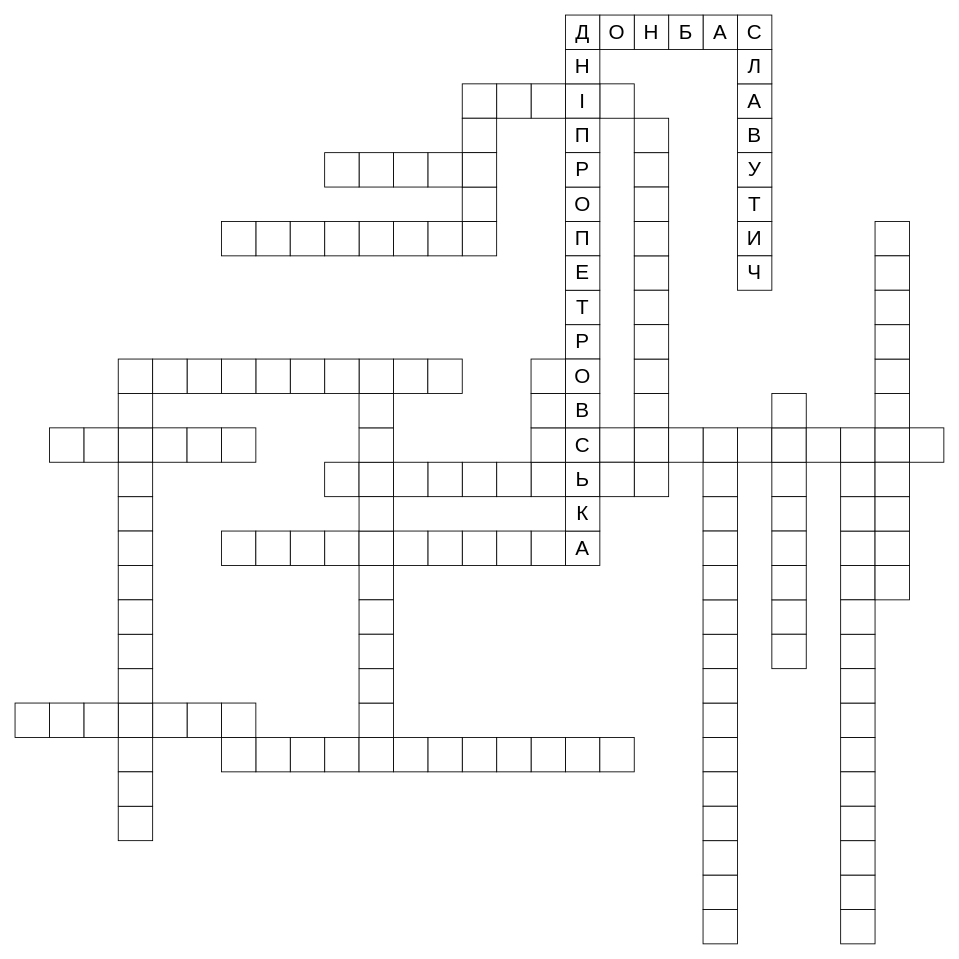
Before: Копія Crossword.drawio in GeorgeShvab/diagrams, a draw.io diagram. Source tidied: cells renumbered, new cells numbered last; positions are measured from the earlier drawing's top-left corner, leaving out a move shared by most shapes. Both pictures are drawn from the tidied source at 86%, with x=0, y=0 at pixel (15, 15).
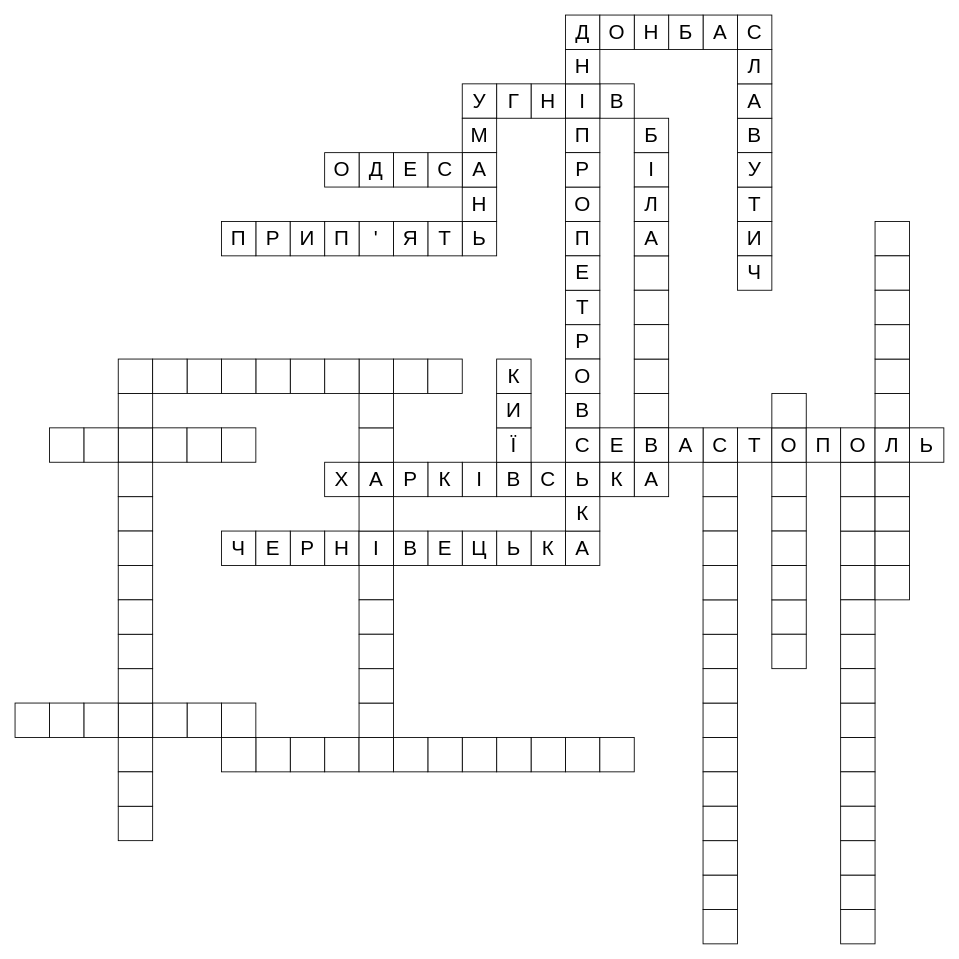
The same diagram, later.

The edit, as a diff of the source:
```diff
@@
-    <mxCell id="2" style="rounded=0;whiteSpace=wrap;html=1;fontSize=24;" parent="1" vertex="1">
+    <mxCell id="2" value="В" style="rounded=0;whiteSpace=wrap;html=1;fontSize=24;" parent="1" vertex="1">
       <mxGeometry x="680" y="80" width="40" height="40" as="geometry" />
     </mxCell>
@@
-    <mxCell id="4" style="rounded=0;whiteSpace=wrap;html=1;fontSize=24;" parent="1" vertex="1">
+    <mxCell id="4" value="Н" style="rounded=0;whiteSpace=wrap;html=1;fontSize=24;" parent="1" vertex="1">
       <mxGeometry x="600" y="80" width="40" height="40" as="geometry" />
     </mxCell>
-    <mxCell id="5" style="rounded=0;whiteSpace=wrap;html=1;fontSize=24;" parent="1" vertex="1">
+    <mxCell id="5" value="Г" style="rounded=0;whiteSpace=wrap;html=1;fontSize=24;" parent="1" vertex="1">
       <mxGeometry x="560" y="80" width="40" height="40" as="geometry" />
     </mxCell>
-    <mxCell id="6" style="rounded=0;whiteSpace=wrap;html=1;fontSize=24;" parent="1" vertex="1">
+    <mxCell id="6" value="У" style="rounded=0;whiteSpace=wrap;html=1;fontSize=24;" parent="1" vertex="1">
       <mxGeometry x="520" y="80" width="40" height="40" as="geometry" />
     </mxCell>
@@
-    <mxCell id="20" style="rounded=0;whiteSpace=wrap;html=1;fontSize=24;" parent="1" vertex="1">
+    <mxCell id="20" value="М" style="rounded=0;whiteSpace=wrap;html=1;fontSize=24;" parent="1" vertex="1">
       <mxGeometry x="520" y="120" width="40" height="40" as="geometry" />
     </mxCell>
-    <mxCell id="21" style="rounded=0;whiteSpace=wrap;html=1;fontSize=24;" parent="1" vertex="1">
+    <mxCell id="21" value="Ь" style="rounded=0;whiteSpace=wrap;html=1;fontSize=24;" parent="1" vertex="1">
       <mxGeometry x="520" y="240" width="40" height="40" as="geometry" />
     </mxCell>
-    <mxCell id="22" style="rounded=0;whiteSpace=wrap;html=1;fontSize=24;" parent="1" vertex="1">
+    <mxCell id="22" value="Н" style="rounded=0;whiteSpace=wrap;html=1;fontSize=24;" parent="1" vertex="1">
       <mxGeometry x="520" y="200" width="40" height="40" as="geometry" />
     </mxCell>
-    <mxCell id="23" style="rounded=0;whiteSpace=wrap;html=1;fontSize=24;" parent="1" vertex="1">
+    <mxCell id="23" value="А" style="rounded=0;whiteSpace=wrap;html=1;fontSize=24;" parent="1" vertex="1">
       <mxGeometry x="520" y="160" width="40" height="40" as="geometry" />
     </mxCell>
-    <mxCell id="24" style="rounded=0;whiteSpace=wrap;html=1;fontSize=24;" parent="1" vertex="1">
+    <mxCell id="24" value="Р" style="rounded=0;whiteSpace=wrap;html=1;fontSize=24;" parent="1" vertex="1">
       <mxGeometry x="280" y="240" width="40" height="40" as="geometry" />
     </mxCell>
-    <mxCell id="25" style="rounded=0;whiteSpace=wrap;html=1;fontSize=24;" parent="1" vertex="1">
+    <mxCell id="25" value="Т" style="rounded=0;whiteSpace=wrap;html=1;fontSize=24;" parent="1" vertex="1">
       <mxGeometry x="480" y="240" width="40" height="40" as="geometry" />
     </mxCell>
-    <mxCell id="26" style="rounded=0;whiteSpace=wrap;html=1;fontSize=24;" parent="1" vertex="1">
+    <mxCell id="26" value="Я" style="rounded=0;whiteSpace=wrap;html=1;fontSize=24;" parent="1" vertex="1">
       <mxGeometry x="440" y="240" width="40" height="40" as="geometry" />
     </mxCell>
-    <mxCell id="27" style="rounded=0;whiteSpace=wrap;html=1;fontSize=24;" parent="1" vertex="1">
+    <mxCell id="27" value="'" style="rounded=0;whiteSpace=wrap;html=1;fontSize=24;" parent="1" vertex="1">
       <mxGeometry x="400" y="240" width="40" height="40" as="geometry" />
     </mxCell>
-    <mxCell id="28" style="rounded=0;whiteSpace=wrap;html=1;fontSize=24;" parent="1" vertex="1">
+    <mxCell id="28" value="П" style="rounded=0;whiteSpace=wrap;html=1;fontSize=24;" parent="1" vertex="1">
       <mxGeometry x="360" y="240" width="40" height="40" as="geometry" />
     </mxCell>
-    <mxCell id="29" style="rounded=0;whiteSpace=wrap;html=1;fontSize=24;" parent="1" vertex="1">
+    <mxCell id="29" value="И" style="rounded=0;whiteSpace=wrap;html=1;fontSize=24;" parent="1" vertex="1">
       <mxGeometry x="320" y="240" width="40" height="40" as="geometry" />
     </mxCell>
-    <mxCell id="30" style="rounded=0;whiteSpace=wrap;html=1;fontSize=24;" parent="1" vertex="1">
+    <mxCell id="30" value="С" style="rounded=0;whiteSpace=wrap;html=1;fontSize=24;" parent="1" vertex="1">
       <mxGeometry x="480" y="160" width="40" height="40" as="geometry" />
     </mxCell>
-    <mxCell id="31" style="rounded=0;whiteSpace=wrap;html=1;fontSize=24;" parent="1" vertex="1">
+    <mxCell id="31" value="Е" style="rounded=0;whiteSpace=wrap;html=1;fontSize=24;" parent="1" vertex="1">
       <mxGeometry x="440" y="160" width="40" height="40" as="geometry" />
     </mxCell>
-    <mxCell id="32" style="rounded=0;whiteSpace=wrap;html=1;fontSize=24;" parent="1" vertex="1">
+    <mxCell id="32" value="Д" style="rounded=0;whiteSpace=wrap;html=1;fontSize=24;" parent="1" vertex="1">
       <mxGeometry x="400" y="160" width="40" height="40" as="geometry" />
     </mxCell>
-    <mxCell id="33" style="rounded=0;whiteSpace=wrap;html=1;fontSize=24;" parent="1" vertex="1">
+    <mxCell id="33" value="О" style="rounded=0;whiteSpace=wrap;html=1;fontSize=24;" parent="1" vertex="1">
       <mxGeometry x="360" y="160" width="40" height="40" as="geometry" />
     </mxCell>
-    <mxCell id="34" style="rounded=0;whiteSpace=wrap;html=1;fontSize=24;" parent="1" vertex="1">
+    <mxCell id="34" value="П" style="rounded=0;whiteSpace=wrap;html=1;fontSize=24;" parent="1" vertex="1">
       <mxGeometry x="240" y="240" width="40" height="40" as="geometry" />
     </mxCell>
@@
-    <mxCell id="48" style="rounded=0;whiteSpace=wrap;html=1;fontSize=24;" parent="1" vertex="1">
+    <mxCell id="48" value="І" style="rounded=0;whiteSpace=wrap;html=1;fontSize=24;" parent="1" vertex="1">
       <mxGeometry x="720" y="160" width="40" height="40" as="geometry" />
     </mxCell>
-    <mxCell id="49" style="rounded=0;whiteSpace=wrap;html=1;fontSize=24;" parent="1" vertex="1">
+    <mxCell id="49" value="Б" style="rounded=0;whiteSpace=wrap;html=1;fontSize=24;" parent="1" vertex="1">
       <mxGeometry x="720" y="120" width="40" height="40" as="geometry" />
     </mxCell>
@@
-    <mxCell id="51" style="rounded=0;whiteSpace=wrap;html=1;fontSize=24;" parent="1" vertex="1">
+    <mxCell id="51" value="А" style="rounded=0;whiteSpace=wrap;html=1;fontSize=24;" parent="1" vertex="1">
       <mxGeometry x="720" y="240" width="40" height="40" as="geometry" />
     </mxCell>
-    <mxCell id="52" style="rounded=0;whiteSpace=wrap;html=1;fontSize=24;" parent="1" vertex="1">
+    <mxCell id="52" value="Л" style="rounded=0;whiteSpace=wrap;html=1;fontSize=24;" parent="1" vertex="1">
       <mxGeometry x="720" y="200" width="40" height="40" as="geometry" />
     </mxCell>
@@
-    <mxCell id="57" style="rounded=0;whiteSpace=wrap;html=1;fontSize=24;" parent="1" vertex="1">
+    <mxCell id="57" value="А" style="rounded=0;whiteSpace=wrap;html=1;fontSize=24;" parent="1" vertex="1">
       <mxGeometry x="720" y="520" width="40" height="40" as="geometry" />
     </mxCell>
-    <mxCell id="58" style="rounded=0;whiteSpace=wrap;html=1;fontSize=24;" parent="1" vertex="1">
+    <mxCell id="58" value="В" style="rounded=0;whiteSpace=wrap;html=1;fontSize=24;" parent="1" vertex="1">
       <mxGeometry x="720" y="480" width="40" height="40" as="geometry" />
     </mxCell>
-    <mxCell id="59" style="rounded=0;whiteSpace=wrap;html=1;fontSize=24;" parent="1" vertex="1">
+    <mxCell id="59" value="К" style="rounded=0;whiteSpace=wrap;html=1;fontSize=24;" parent="1" vertex="1">
       <mxGeometry x="600" y="600" width="40" height="40" as="geometry" />
     </mxCell>
-    <mxCell id="60" style="rounded=0;whiteSpace=wrap;html=1;fontSize=24;" parent="1" vertex="1">
+    <mxCell id="60" value="Н" style="rounded=0;whiteSpace=wrap;html=1;fontSize=24;" parent="1" vertex="1">
       <mxGeometry x="360" y="600" width="40" height="40" as="geometry" />
     </mxCell>
-    <mxCell id="61" style="rounded=0;whiteSpace=wrap;html=1;fontSize=24;" parent="1" vertex="1">
+    <mxCell id="61" value="Ь" style="rounded=0;whiteSpace=wrap;html=1;fontSize=24;" parent="1" vertex="1">
       <mxGeometry x="560" y="600" width="40" height="40" as="geometry" />
     </mxCell>
-    <mxCell id="62" style="rounded=0;whiteSpace=wrap;html=1;fontSize=24;" parent="1" vertex="1">
+    <mxCell id="62" value="Ц" style="rounded=0;whiteSpace=wrap;html=1;fontSize=24;" parent="1" vertex="1">
       <mxGeometry x="520" y="600" width="40" height="40" as="geometry" />
     </mxCell>
-    <mxCell id="63" style="rounded=0;whiteSpace=wrap;html=1;fontSize=24;" parent="1" vertex="1">
+    <mxCell id="63" value="Е" style="rounded=0;whiteSpace=wrap;html=1;fontSize=24;" parent="1" vertex="1">
       <mxGeometry x="480" y="600" width="40" height="40" as="geometry" />
     </mxCell>
-    <mxCell id="64" style="rounded=0;whiteSpace=wrap;html=1;fontSize=24;" parent="1" vertex="1">
+    <mxCell id="64" value="В" style="rounded=0;whiteSpace=wrap;html=1;fontSize=24;" parent="1" vertex="1">
       <mxGeometry x="440" y="600" width="40" height="40" as="geometry" />
     </mxCell>
-    <mxCell id="65" style="rounded=0;whiteSpace=wrap;html=1;fontSize=24;" parent="1" vertex="1">
+    <mxCell id="65" value="І" style="rounded=0;whiteSpace=wrap;html=1;fontSize=24;" parent="1" vertex="1">
       <mxGeometry x="400" y="600" width="40" height="40" as="geometry" />
     </mxCell>
-    <mxCell id="66" style="rounded=0;whiteSpace=wrap;html=1;fontSize=24;" parent="1" vertex="1">
+    <mxCell id="66" value="С" style="rounded=0;whiteSpace=wrap;html=1;fontSize=24;" parent="1" vertex="1">
       <mxGeometry x="600" y="520" width="40" height="40" as="geometry" />
     </mxCell>
-    <mxCell id="67" style="rounded=0;whiteSpace=wrap;html=1;fontSize=24;" parent="1" vertex="1">
+    <mxCell id="67" value="Х" style="rounded=0;whiteSpace=wrap;html=1;fontSize=24;" parent="1" vertex="1">
       <mxGeometry x="360" y="520" width="40" height="40" as="geometry" />
     </mxCell>
-    <mxCell id="68" style="rounded=0;whiteSpace=wrap;html=1;fontSize=24;" parent="1" vertex="1">
+    <mxCell id="68" value="В" style="rounded=0;whiteSpace=wrap;html=1;fontSize=24;" parent="1" vertex="1">
       <mxGeometry x="560" y="520" width="40" height="40" as="geometry" />
     </mxCell>
-    <mxCell id="69" style="rounded=0;whiteSpace=wrap;html=1;fontSize=24;" parent="1" vertex="1">
+    <mxCell id="69" value="І" style="rounded=0;whiteSpace=wrap;html=1;fontSize=24;" parent="1" vertex="1">
       <mxGeometry x="520" y="520" width="40" height="40" as="geometry" />
     </mxCell>
-    <mxCell id="70" style="rounded=0;whiteSpace=wrap;html=1;fontSize=24;" parent="1" vertex="1">
+    <mxCell id="70" value="К" style="rounded=0;whiteSpace=wrap;html=1;fontSize=24;" parent="1" vertex="1">
       <mxGeometry x="480" y="520" width="40" height="40" as="geometry" />
     </mxCell>
-    <mxCell id="71" style="rounded=0;whiteSpace=wrap;html=1;fontSize=24;" parent="1" vertex="1">
+    <mxCell id="71" value="Р" style="rounded=0;whiteSpace=wrap;html=1;fontSize=24;" parent="1" vertex="1">
       <mxGeometry x="440" y="520" width="40" height="40" as="geometry" />
     </mxCell>
-    <mxCell id="72" style="rounded=0;whiteSpace=wrap;html=1;fontSize=24;" parent="1" vertex="1">
+    <mxCell id="72" value="А" style="rounded=0;whiteSpace=wrap;html=1;fontSize=24;" parent="1" vertex="1">
       <mxGeometry x="400" y="520" width="40" height="40" as="geometry" />
     </mxCell>
-    <mxCell id="73" style="rounded=0;whiteSpace=wrap;html=1;fontSize=24;" parent="1" vertex="1">
+    <mxCell id="73" value="Ч" style="rounded=0;whiteSpace=wrap;html=1;fontSize=24;" parent="1" vertex="1">
       <mxGeometry x="240" y="600" width="40" height="40" as="geometry" />
     </mxCell>
-    <mxCell id="74" style="rounded=0;whiteSpace=wrap;html=1;fontSize=24;" parent="1" vertex="1">
+    <mxCell id="74" value="Р" style="rounded=0;whiteSpace=wrap;html=1;fontSize=24;" parent="1" vertex="1">
       <mxGeometry x="320" y="600" width="40" height="40" as="geometry" />
     </mxCell>
-    <mxCell id="75" style="rounded=0;whiteSpace=wrap;html=1;fontSize=24;" parent="1" vertex="1">
+    <mxCell id="75" value="Е" style="rounded=0;whiteSpace=wrap;html=1;fontSize=24;" parent="1" vertex="1">
       <mxGeometry x="280" y="600" width="40" height="40" as="geometry" />
     </mxCell>
@@
-    <mxCell id="136" style="rounded=0;whiteSpace=wrap;html=1;fontSize=24;" parent="1" vertex="1">
-      <mxGeometry x="600" y="480" width="40" height="40" as="geometry" />
+    <mxCell id="136" value="Ї" style="rounded=0;whiteSpace=wrap;html=1;fontSize=24;" parent="1" vertex="1">
+      <mxGeometry x="560" y="480" width="40" height="40" as="geometry" />
     </mxCell>
-    <mxCell id="137" style="rounded=0;whiteSpace=wrap;html=1;fontSize=24;" parent="1" vertex="1">
-      <mxGeometry x="600" y="440" width="40" height="40" as="geometry" />
+    <mxCell id="137" value="И" style="rounded=0;whiteSpace=wrap;html=1;fontSize=24;" parent="1" vertex="1">
+      <mxGeometry x="560" y="440" width="40" height="40" as="geometry" />
     </mxCell>
-    <mxCell id="138" style="rounded=0;whiteSpace=wrap;html=1;fontSize=24;" parent="1" vertex="1">
-      <mxGeometry x="600" y="400" width="40" height="40" as="geometry" />
+    <mxCell id="138" value="К" style="rounded=0;whiteSpace=wrap;html=1;fontSize=24;" parent="1" vertex="1">
+      <mxGeometry x="560" y="400" width="40" height="40" as="geometry" />
     </mxCell>
@@
-    <mxCell id="147" style="rounded=0;whiteSpace=wrap;html=1;fontSize=24;" parent="1" vertex="1">
+    <mxCell id="147" value="С" style="rounded=0;whiteSpace=wrap;html=1;fontSize=24;" parent="1" vertex="1">
       <mxGeometry x="800" y="480" width="40" height="40" as="geometry" />
     </mxCell>
-    <mxCell id="148" style="rounded=0;whiteSpace=wrap;html=1;fontSize=24;" parent="1" vertex="1">
+    <mxCell id="148" value="А" style="rounded=0;whiteSpace=wrap;html=1;fontSize=24;" parent="1" vertex="1">
       <mxGeometry x="760" y="480" width="40" height="40" as="geometry" />
     </mxCell>
-    <mxCell id="149" style="rounded=0;whiteSpace=wrap;html=1;fontSize=24;" parent="1" vertex="1">
+    <mxCell id="149" value="Е" style="rounded=0;whiteSpace=wrap;html=1;fontSize=24;" parent="1" vertex="1">
       <mxGeometry x="680" y="480" width="40" height="40" as="geometry" />
     </mxCell>
-    <mxCell id="150" style="rounded=0;whiteSpace=wrap;html=1;fontSize=24;" parent="1" vertex="1">
+    <mxCell id="150" value="К" style="rounded=0;whiteSpace=wrap;html=1;fontSize=24;" parent="1" vertex="1">
       <mxGeometry x="680" y="520" width="40" height="40" as="geometry" />
     </mxCell>
-    <mxCell id="151" style="rounded=0;whiteSpace=wrap;html=1;fontSize=24;" parent="1" vertex="1">
+    <mxCell id="151" value="Т" style="rounded=0;whiteSpace=wrap;html=1;fontSize=24;" parent="1" vertex="1">
       <mxGeometry x="840" y="480" width="40" height="40" as="geometry" />
     </mxCell>
@@
-    <mxCell id="153" style="rounded=0;whiteSpace=wrap;html=1;fontSize=24;" parent="1" vertex="1">
+    <mxCell id="153" value="О" style="rounded=0;whiteSpace=wrap;html=1;fontSize=24;" parent="1" vertex="1">
       <mxGeometry x="880" y="480" width="40" height="40" as="geometry" />
     </mxCell>
@@
-    <mxCell id="160" style="rounded=0;whiteSpace=wrap;html=1;fontSize=24;" parent="1" vertex="1">
+    <mxCell id="160" value="П" style="rounded=0;whiteSpace=wrap;html=1;fontSize=24;" parent="1" vertex="1">
       <mxGeometry x="920" y="480" width="40" height="40" as="geometry" />
     </mxCell>
@@
-    <mxCell id="175" style="rounded=0;whiteSpace=wrap;html=1;fontSize=24;" parent="1" vertex="1">
+    <mxCell id="175" value="О" style="rounded=0;whiteSpace=wrap;html=1;fontSize=24;" parent="1" vertex="1">
       <mxGeometry x="960" y="480" width="40" height="40" as="geometry" />
     </mxCell>
-    <mxCell id="176" style="rounded=0;whiteSpace=wrap;html=1;fontSize=24;" parent="1" vertex="1">
+    <mxCell id="176" value="Л" style="rounded=0;whiteSpace=wrap;html=1;fontSize=24;" parent="1" vertex="1">
       <mxGeometry x="1000" y="480" width="40" height="40" as="geometry" />
     </mxCell>
-    <mxCell id="177" style="rounded=0;whiteSpace=wrap;html=1;fontSize=24;" parent="1" vertex="1">
+    <mxCell id="177" value="Ь" style="rounded=0;whiteSpace=wrap;html=1;fontSize=24;" parent="1" vertex="1">
       <mxGeometry x="1040" y="480" width="40" height="40" as="geometry" />
     </mxCell>
```
